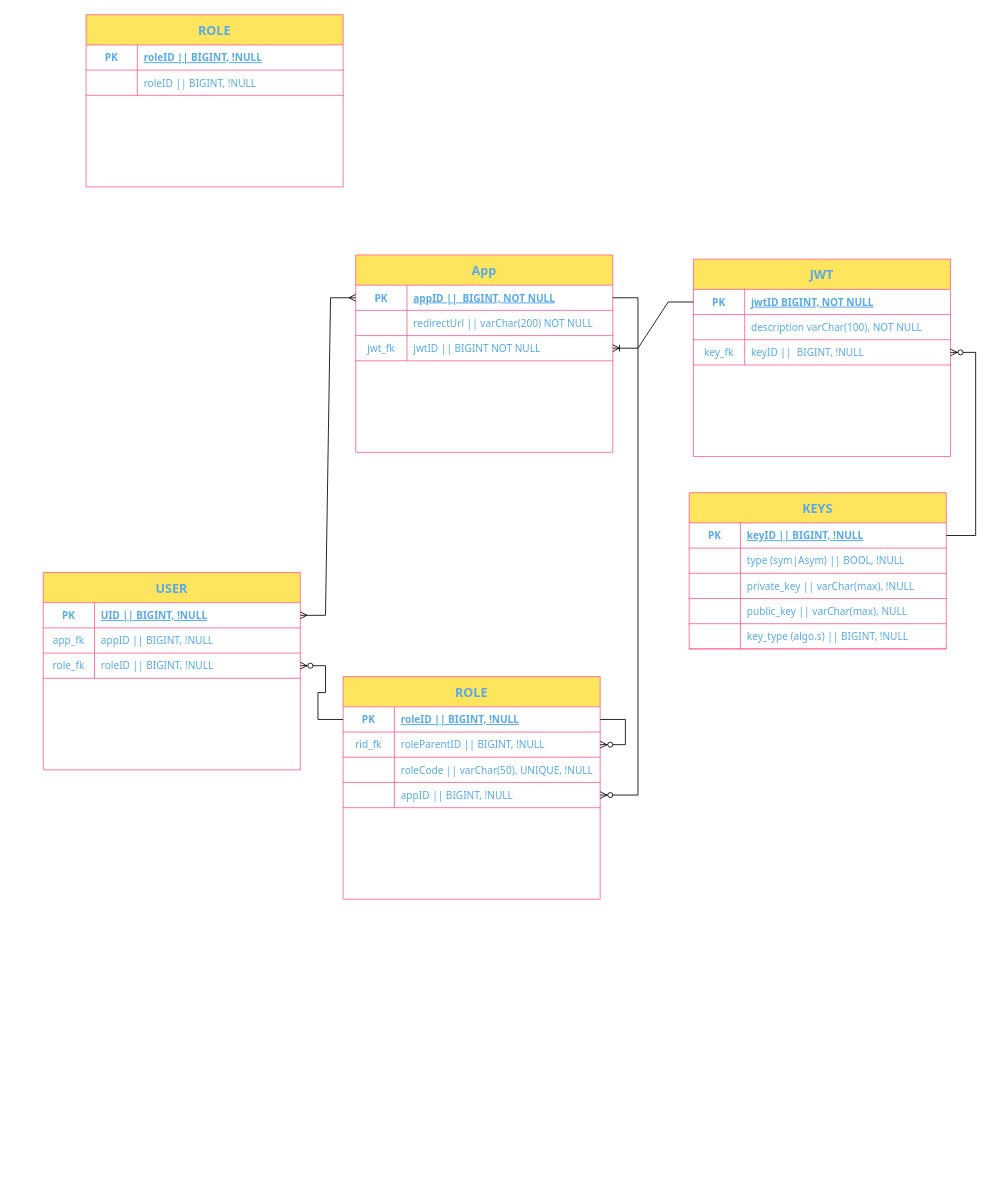
The draw.io diagram ssoUM.drawio in arikundu9/ssoUM, before the edit. Source tidied: cells renumbered, new cells numbered last; positions are measured from the earlier drawing's top-left corner, leaving out a move shared by most shapes. Both pictures are drawn from the tidied source at 84%, with x=0, y=0 at pixel (43, 14).
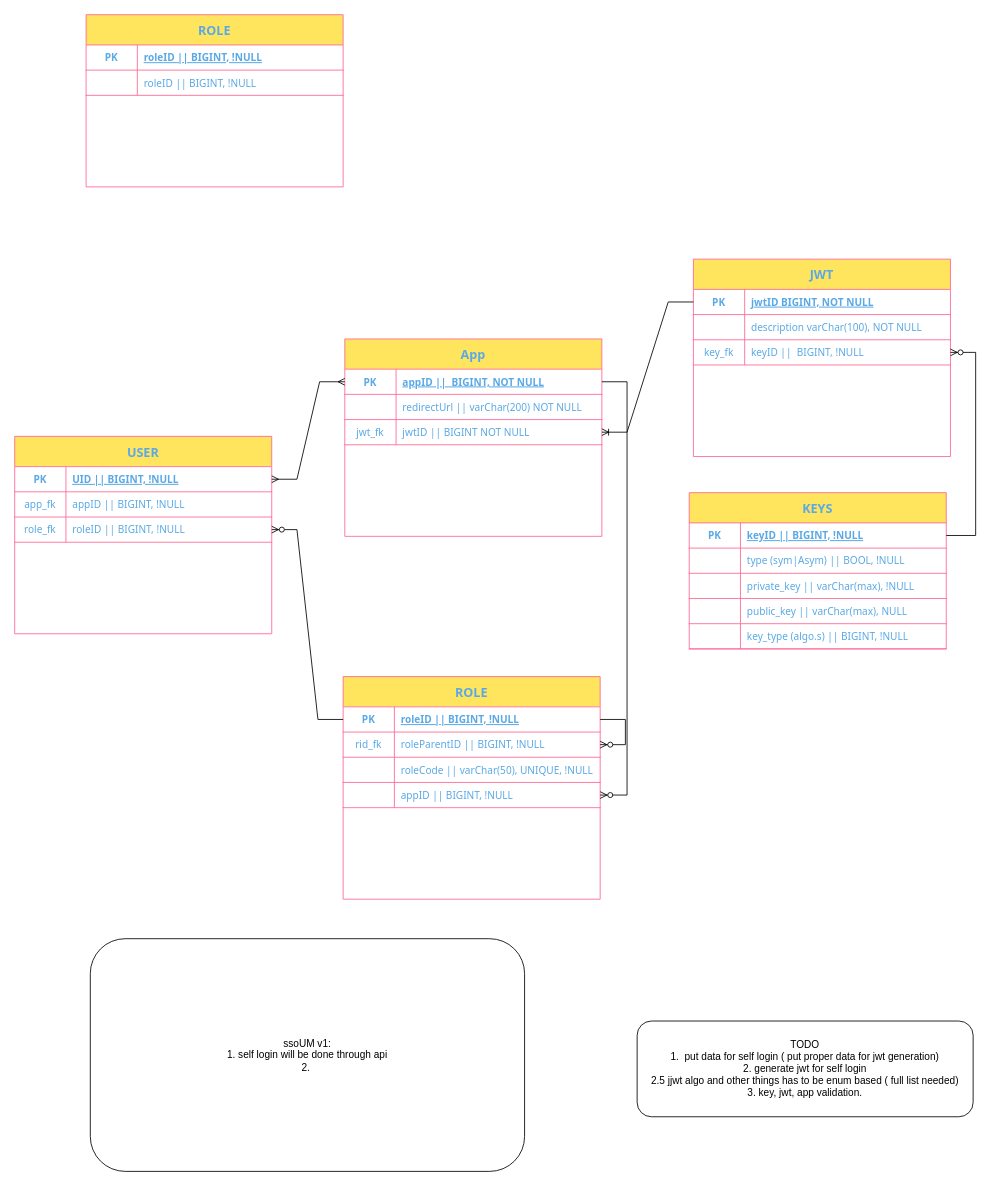
After the change.

Commit message:
v1 plan and todo added

Change to the diagram source:
```diff
@@
     <mxCell id="2" value="App" style="shape=table;startSize=36;childLayout=tableLayout;rowLines=0;fontStyle=1;align=center;labelBackgroundColor=none;rounded=0;swimlaneFillColor=default;fontSize=15;fillColor=#FFE45E;strokeColor=#FF6392;fontColor=#5AA9E6;fontFamily=Tahoma;" parent="1" vertex="1">
-      <mxGeometry x="372" y="286" width="306" height="235" as="geometry" />
+      <mxGeometry x="359" y="386" width="306" height="235" as="geometry" />
     </mxCell>
@@
     <mxCell id="44" value="USER" style="shape=table;startSize=36;childLayout=tableLayout;rowLines=0;fontStyle=1;align=center;labelBackgroundColor=none;rounded=0;swimlaneFillColor=default;fontSize=15;fillColor=#FFE45E;strokeColor=#FF6392;fontColor=#5AA9E6;fontFamily=Tahoma;" parent="1" vertex="1">
-      <mxGeometry y="664" width="306" height="235" as="geometry" />
+      <mxGeometry x="-34" y="502" width="306" height="235" as="geometry" />
     </mxCell>
@@
+    <mxCell id="74" value="ssoUM v1:&lt;br&gt;1. self login will be done through api&lt;br&gt;2.&amp;nbsp;" style="rounded=1;whiteSpace=wrap;html=1;" parent="1" vertex="1">
+      <mxGeometry x="56" y="1100" width="517" height="277" as="geometry" />
+    </mxCell>
+    <mxCell id="75" value="TODO&lt;br&gt;1.&amp;nbsp; put data for self login ( put proper data for jwt generation)&lt;br&gt;2. generate jwt for self login&lt;br&gt;2.5 jjwt algo and other things has to be enum based ( full list needed)&lt;br&gt;&lt;div&gt;3. key, jwt, app validation.&lt;/div&gt;" style="rounded=1;whiteSpace=wrap;html=1;" parent="1" vertex="1">
+      <mxGeometry x="707" y="1198" width="400" height="114" as="geometry" />
+    </mxCell>
```
